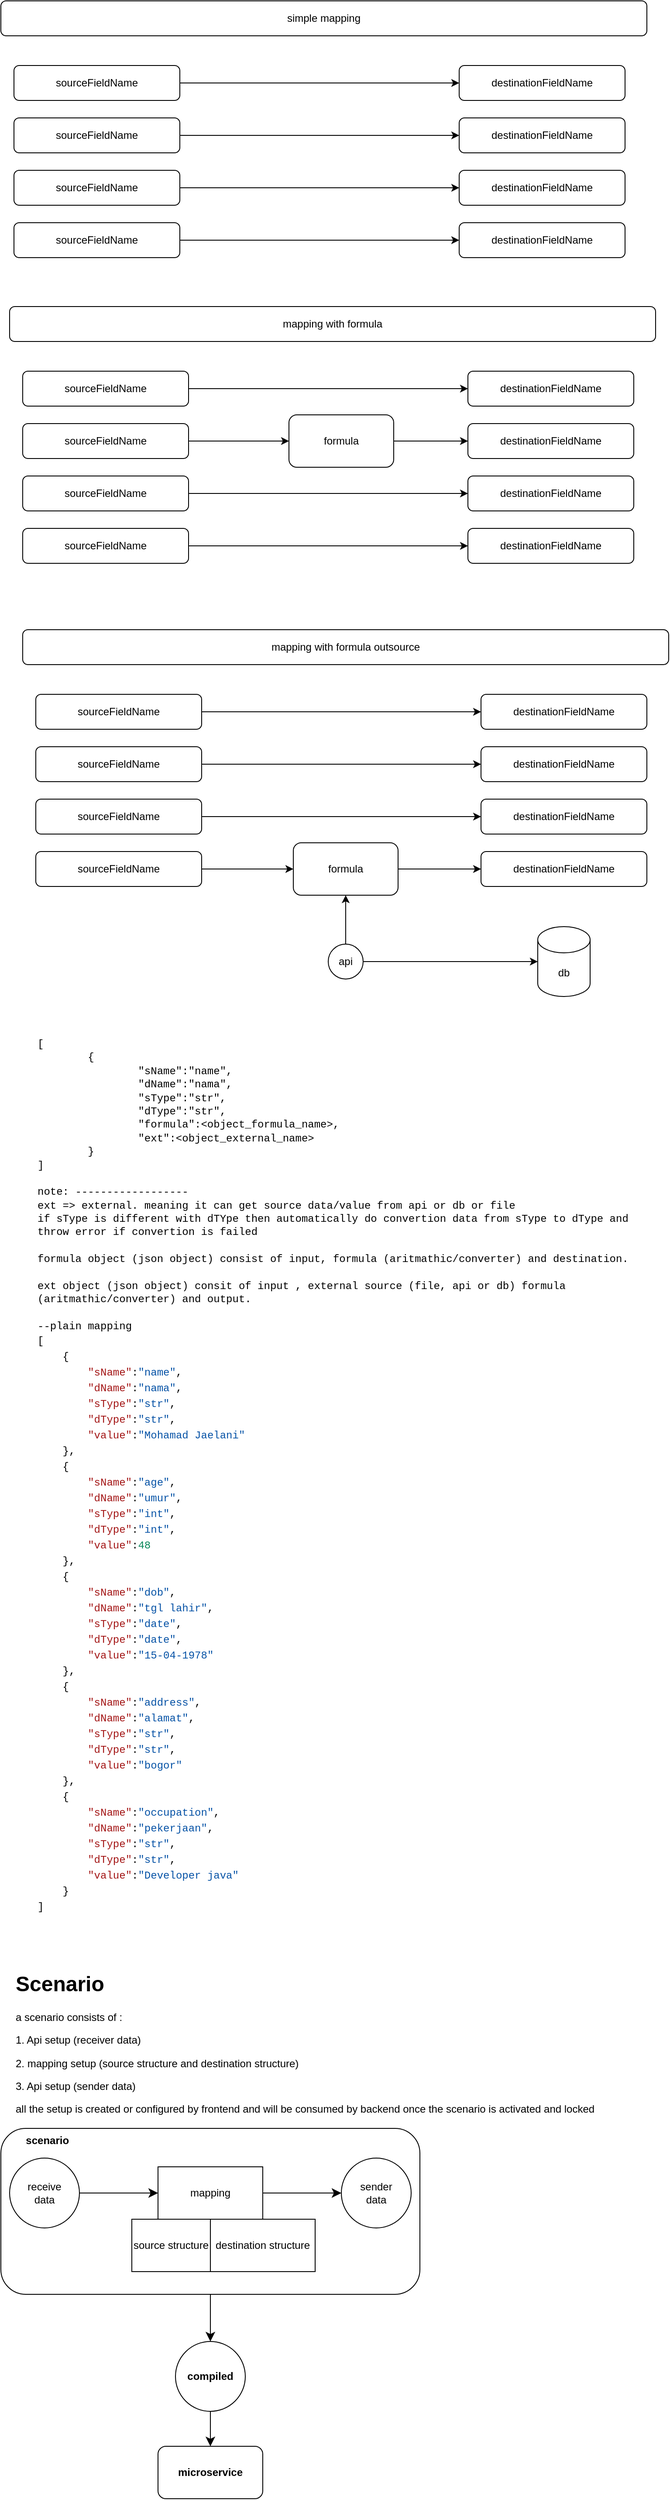
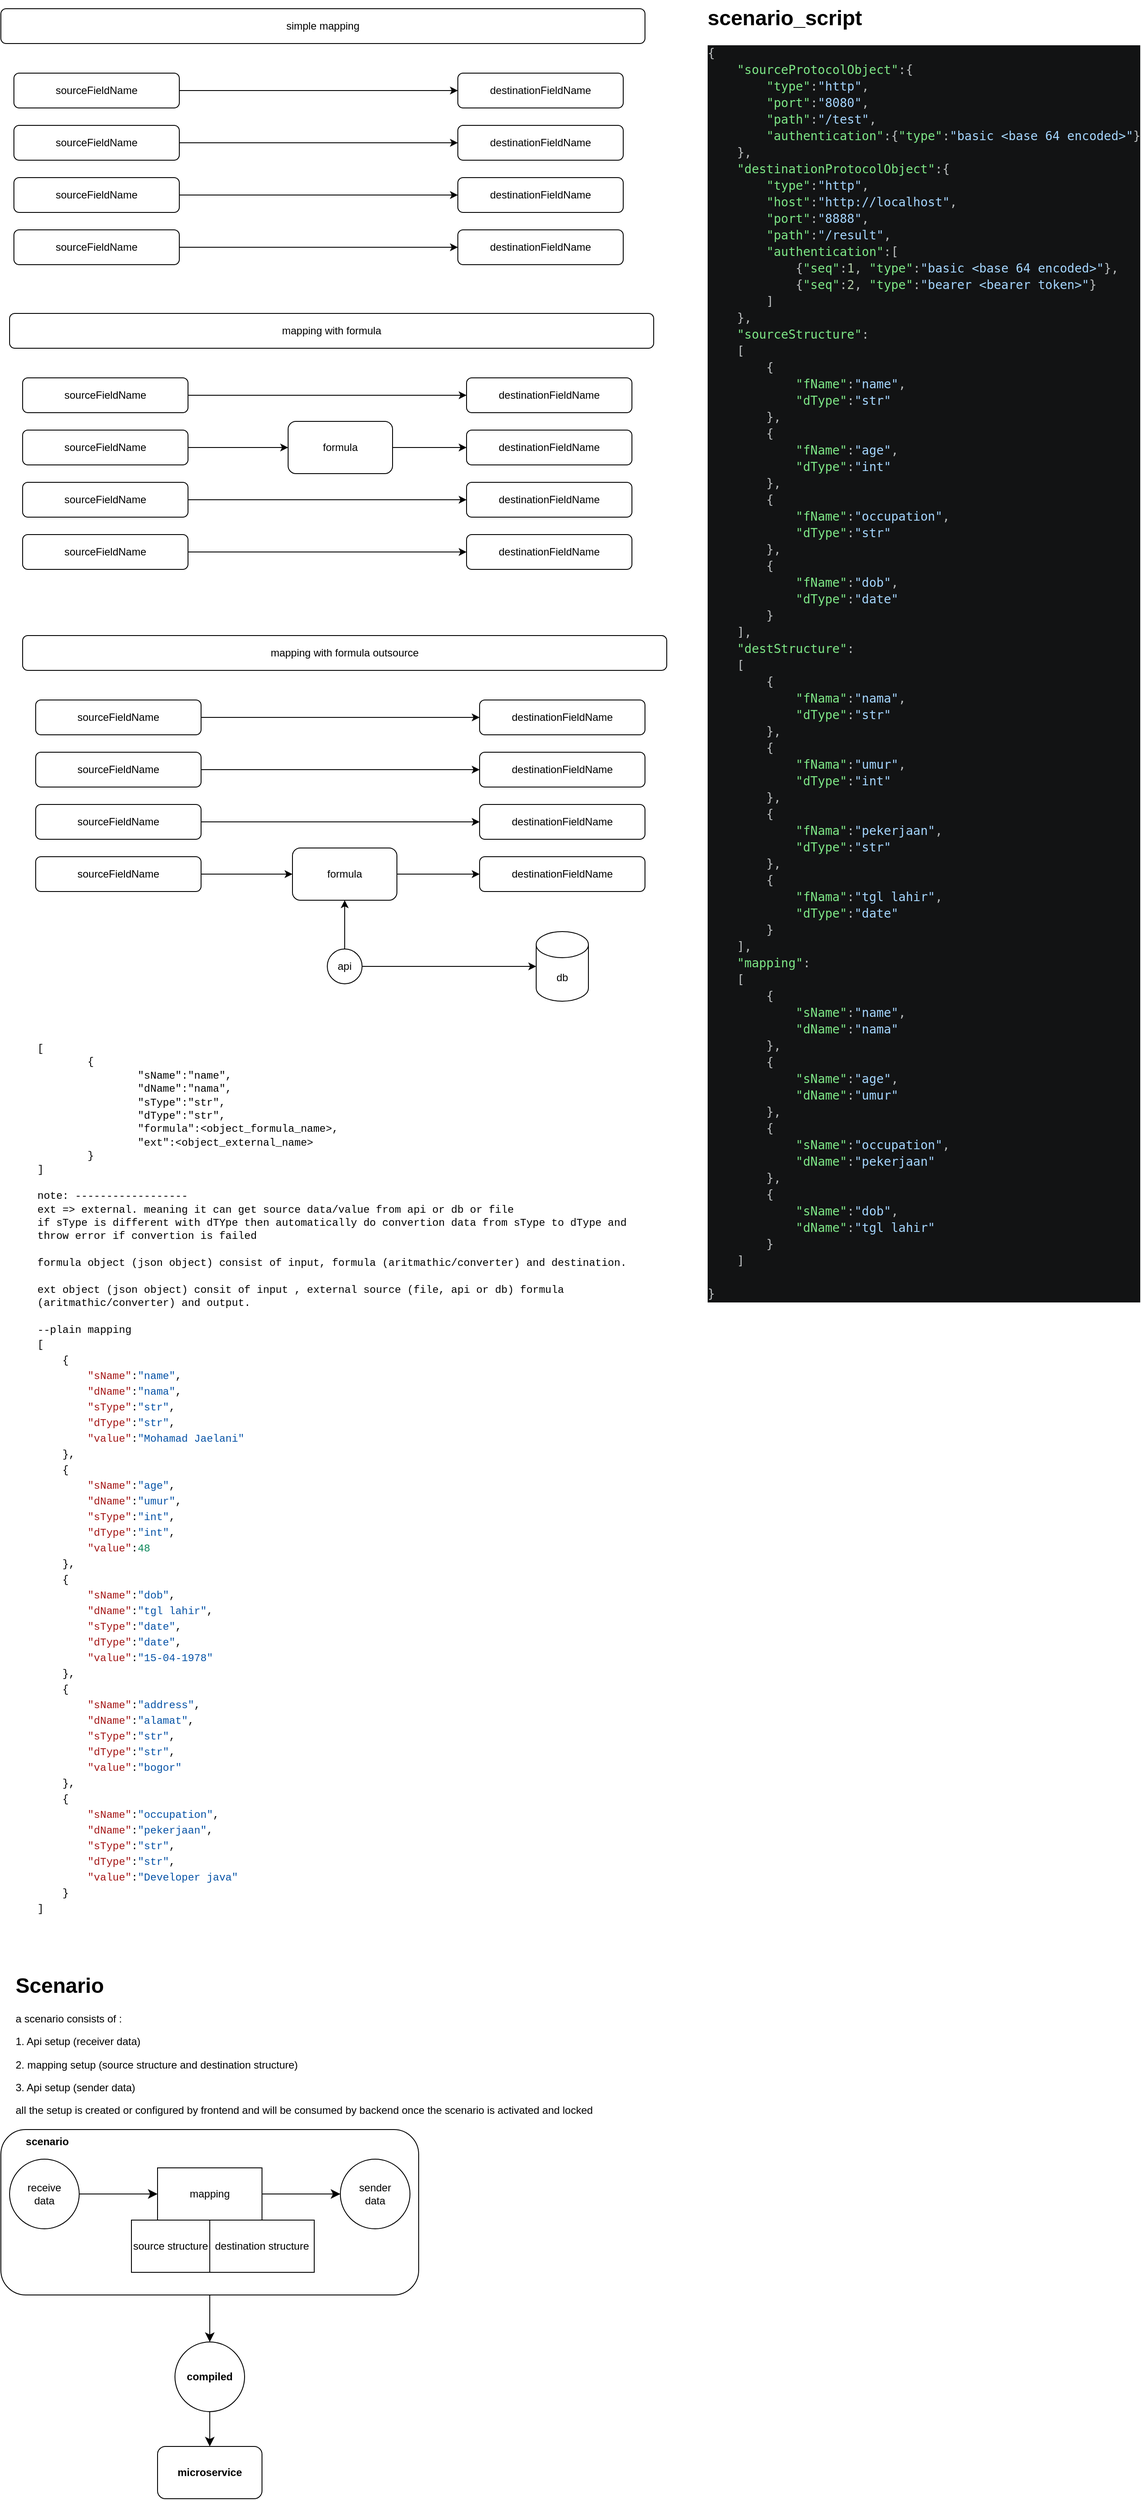
<mxfile host="app.diagrams.net">
  <diagram name="Page-1" id="w0qSyX79uqXvIxm3ApQV">
-     <mxGraphModel dx="524" dy="468" grid="1" gridSize="10" guides="1" tooltips="1" connect="1" arrows="1" fold="1" page="1" pageScale="1" pageWidth="850" pageHeight="1100" math="0" shadow="0">
+     <mxGraphModel dx="1086" dy="970" grid="1" gridSize="10" guides="1" tooltips="1" connect="1" arrows="1" fold="1" page="1" pageScale="1" pageWidth="850" pageHeight="1100" math="0" shadow="0">
      <root>
        <mxCell id="0" />
        <mxCell id="1" parent="0" />
        <mxCell id="C5vNhbu8yeIDAcz09rIj-13" parent="1" style="rounded=1;whiteSpace=wrap;html=1;" value="simple mapping" vertex="1">
          <mxGeometry height="40" width="740" x="60" y="30" as="geometry" />
        </mxCell>
        <mxCell id="C5vNhbu8yeIDAcz09rIj-9" edge="1" parent="1" source="C5vNhbu8yeIDAcz09rIj-1" style="edgeStyle=orthogonalEdgeStyle;rounded=0;orthogonalLoop=1;jettySize=auto;html=1;entryX=0;entryY=0.5;entryDx=0;entryDy=0;" target="C5vNhbu8yeIDAcz09rIj-5">
          <mxGeometry relative="1" as="geometry" />
        </mxCell>
        <mxCell id="C5vNhbu8yeIDAcz09rIj-1" parent="1" style="rounded=1;whiteSpace=wrap;html=1;" value="sourceFieldName" vertex="1">
          <mxGeometry height="40" width="190" x="75" y="104" as="geometry" />
        </mxCell>
        <mxCell id="C5vNhbu8yeIDAcz09rIj-10" edge="1" parent="1" source="C5vNhbu8yeIDAcz09rIj-2" style="edgeStyle=orthogonalEdgeStyle;rounded=0;orthogonalLoop=1;jettySize=auto;html=1;entryX=0;entryY=0.5;entryDx=0;entryDy=0;" target="C5vNhbu8yeIDAcz09rIj-6">
          <mxGeometry relative="1" as="geometry" />
        </mxCell>
        <mxCell id="C5vNhbu8yeIDAcz09rIj-2" parent="1" style="rounded=1;whiteSpace=wrap;html=1;" value="sourceFieldName" vertex="1">
          <mxGeometry height="40" width="190" x="75" y="164" as="geometry" />
        </mxCell>
        <mxCell id="C5vNhbu8yeIDAcz09rIj-11" edge="1" parent="1" source="C5vNhbu8yeIDAcz09rIj-3" style="edgeStyle=orthogonalEdgeStyle;rounded=0;orthogonalLoop=1;jettySize=auto;html=1;entryX=0;entryY=0.5;entryDx=0;entryDy=0;" target="C5vNhbu8yeIDAcz09rIj-7">
          <mxGeometry relative="1" as="geometry" />
        </mxCell>
        <mxCell id="C5vNhbu8yeIDAcz09rIj-3" parent="1" style="rounded=1;whiteSpace=wrap;html=1;" value="sourceFieldName" vertex="1">
          <mxGeometry height="40" width="190" x="75" y="224" as="geometry" />
        </mxCell>
        <mxCell id="C5vNhbu8yeIDAcz09rIj-12" edge="1" parent="1" source="C5vNhbu8yeIDAcz09rIj-4" style="edgeStyle=orthogonalEdgeStyle;rounded=0;orthogonalLoop=1;jettySize=auto;html=1;entryX=0;entryY=0.5;entryDx=0;entryDy=0;" target="C5vNhbu8yeIDAcz09rIj-8">
          <mxGeometry relative="1" as="geometry" />
        </mxCell>
        <mxCell id="C5vNhbu8yeIDAcz09rIj-4" parent="1" style="rounded=1;whiteSpace=wrap;html=1;" value="sourceFieldName" vertex="1">
          <mxGeometry height="40" width="190" x="75" y="284" as="geometry" />
        </mxCell>
        <mxCell id="C5vNhbu8yeIDAcz09rIj-5" parent="1" style="rounded=1;whiteSpace=wrap;html=1;" value="destinationFieldName" vertex="1">
          <mxGeometry height="40" width="190" x="585" y="104" as="geometry" />
        </mxCell>
        <mxCell id="C5vNhbu8yeIDAcz09rIj-6" parent="1" style="rounded=1;whiteSpace=wrap;html=1;" value="destinationFieldName" vertex="1">
          <mxGeometry height="40" width="190" x="585" y="164" as="geometry" />
        </mxCell>
        <mxCell id="C5vNhbu8yeIDAcz09rIj-7" parent="1" style="rounded=1;whiteSpace=wrap;html=1;" value="destinationFieldName" vertex="1">
          <mxGeometry height="40" width="190" x="585" y="224" as="geometry" />
        </mxCell>
        <mxCell id="C5vNhbu8yeIDAcz09rIj-8" parent="1" style="rounded=1;whiteSpace=wrap;html=1;" value="destinationFieldName" vertex="1">
          <mxGeometry height="40" width="190" x="585" y="284" as="geometry" />
        </mxCell>
        <mxCell id="C5vNhbu8yeIDAcz09rIj-14" parent="1" style="rounded=1;whiteSpace=wrap;html=1;" value="mapping with formula" vertex="1">
          <mxGeometry height="40" width="740" x="70" y="380" as="geometry" />
        </mxCell>
        <mxCell id="C5vNhbu8yeIDAcz09rIj-15" edge="1" parent="1" source="C5vNhbu8yeIDAcz09rIj-16" style="edgeStyle=orthogonalEdgeStyle;rounded=0;orthogonalLoop=1;jettySize=auto;html=1;entryX=0;entryY=0.5;entryDx=0;entryDy=0;" target="C5vNhbu8yeIDAcz09rIj-23">
          <mxGeometry relative="1" as="geometry" />
        </mxCell>
        <mxCell id="C5vNhbu8yeIDAcz09rIj-16" parent="1" style="rounded=1;whiteSpace=wrap;html=1;" value="sourceFieldName" vertex="1">
          <mxGeometry height="40" width="190" x="85" y="454" as="geometry" />
        </mxCell>
        <mxCell id="C5vNhbu8yeIDAcz09rIj-28" edge="1" parent="1" source="C5vNhbu8yeIDAcz09rIj-18" style="edgeStyle=orthogonalEdgeStyle;rounded=0;orthogonalLoop=1;jettySize=auto;html=1;entryX=0;entryY=0.5;entryDx=0;entryDy=0;" target="C5vNhbu8yeIDAcz09rIj-27">
          <mxGeometry relative="1" as="geometry" />
        </mxCell>
        <mxCell id="C5vNhbu8yeIDAcz09rIj-18" parent="1" style="rounded=1;whiteSpace=wrap;html=1;" value="sourceFieldName" vertex="1">
          <mxGeometry height="40" width="190" x="85" y="514" as="geometry" />
        </mxCell>
        <mxCell id="C5vNhbu8yeIDAcz09rIj-19" edge="1" parent="1" source="C5vNhbu8yeIDAcz09rIj-20" style="edgeStyle=orthogonalEdgeStyle;rounded=0;orthogonalLoop=1;jettySize=auto;html=1;entryX=0;entryY=0.5;entryDx=0;entryDy=0;" target="C5vNhbu8yeIDAcz09rIj-25">
          <mxGeometry relative="1" as="geometry" />
        </mxCell>
        <mxCell id="C5vNhbu8yeIDAcz09rIj-20" parent="1" style="rounded=1;whiteSpace=wrap;html=1;" value="sourceFieldName" vertex="1">
          <mxGeometry height="40" width="190" x="85" y="574" as="geometry" />
        </mxCell>
        <mxCell id="C5vNhbu8yeIDAcz09rIj-21" edge="1" parent="1" source="C5vNhbu8yeIDAcz09rIj-22" style="edgeStyle=orthogonalEdgeStyle;rounded=0;orthogonalLoop=1;jettySize=auto;html=1;entryX=0;entryY=0.5;entryDx=0;entryDy=0;" target="C5vNhbu8yeIDAcz09rIj-26">
          <mxGeometry relative="1" as="geometry" />
        </mxCell>
        <mxCell id="C5vNhbu8yeIDAcz09rIj-22" parent="1" style="rounded=1;whiteSpace=wrap;html=1;" value="sourceFieldName" vertex="1">
          <mxGeometry height="40" width="190" x="85" y="634" as="geometry" />
        </mxCell>
        <mxCell id="C5vNhbu8yeIDAcz09rIj-23" parent="1" style="rounded=1;whiteSpace=wrap;html=1;" value="destinationFieldName" vertex="1">
          <mxGeometry height="40" width="190" x="595" y="454" as="geometry" />
        </mxCell>
        <mxCell id="C5vNhbu8yeIDAcz09rIj-24" parent="1" style="rounded=1;whiteSpace=wrap;html=1;" value="destinationFieldName" vertex="1">
          <mxGeometry height="40" width="190" x="595" y="514" as="geometry" />
        </mxCell>
        <mxCell id="C5vNhbu8yeIDAcz09rIj-25" parent="1" style="rounded=1;whiteSpace=wrap;html=1;" value="destinationFieldName" vertex="1">
          <mxGeometry height="40" width="190" x="595" y="574" as="geometry" />
        </mxCell>
        <mxCell id="C5vNhbu8yeIDAcz09rIj-26" parent="1" style="rounded=1;whiteSpace=wrap;html=1;" value="destinationFieldName" vertex="1">
          <mxGeometry height="40" width="190" x="595" y="634" as="geometry" />
        </mxCell>
        <mxCell id="C5vNhbu8yeIDAcz09rIj-29" edge="1" parent="1" source="C5vNhbu8yeIDAcz09rIj-27" style="edgeStyle=orthogonalEdgeStyle;rounded=0;orthogonalLoop=1;jettySize=auto;html=1;entryX=0;entryY=0.5;entryDx=0;entryDy=0;" target="C5vNhbu8yeIDAcz09rIj-24">
          <mxGeometry relative="1" as="geometry">
            <mxPoint x="590" y="534" as="targetPoint" />
          </mxGeometry>
        </mxCell>
        <mxCell id="C5vNhbu8yeIDAcz09rIj-27" parent="1" style="rounded=1;whiteSpace=wrap;html=1;" value="formula" vertex="1">
          <mxGeometry height="60" width="120" x="390" y="504" as="geometry" />
        </mxCell>
        <mxCell id="C5vNhbu8yeIDAcz09rIj-30" parent="1" style="rounded=1;whiteSpace=wrap;html=1;" value="mapping with formula outsource" vertex="1">
          <mxGeometry height="40" width="740" x="85" y="750" as="geometry" />
        </mxCell>
        <mxCell id="C5vNhbu8yeIDAcz09rIj-31" edge="1" parent="1" source="C5vNhbu8yeIDAcz09rIj-32" style="edgeStyle=orthogonalEdgeStyle;rounded=0;orthogonalLoop=1;jettySize=auto;html=1;entryX=0;entryY=0.5;entryDx=0;entryDy=0;" target="C5vNhbu8yeIDAcz09rIj-39">
          <mxGeometry relative="1" as="geometry" />
        </mxCell>
        <mxCell id="C5vNhbu8yeIDAcz09rIj-32" parent="1" style="rounded=1;whiteSpace=wrap;html=1;" value="sourceFieldName" vertex="1">
          <mxGeometry height="40" width="190" x="100" y="824" as="geometry" />
        </mxCell>
        <mxCell id="C5vNhbu8yeIDAcz09rIj-33" edge="1" parent="1" source="C5vNhbu8yeIDAcz09rIj-34" style="edgeStyle=orthogonalEdgeStyle;rounded=0;orthogonalLoop=1;jettySize=auto;html=1;entryX=0;entryY=0.5;entryDx=0;entryDy=0;" target="C5vNhbu8yeIDAcz09rIj-40">
          <mxGeometry relative="1" as="geometry">
            <mxPoint x="405" y="904" as="targetPoint" />
          </mxGeometry>
        </mxCell>
        <mxCell id="C5vNhbu8yeIDAcz09rIj-34" parent="1" style="rounded=1;whiteSpace=wrap;html=1;" value="sourceFieldName" vertex="1">
          <mxGeometry height="40" width="190" x="100" y="884" as="geometry" />
        </mxCell>
        <mxCell id="C5vNhbu8yeIDAcz09rIj-35" edge="1" parent="1" source="C5vNhbu8yeIDAcz09rIj-36" style="edgeStyle=orthogonalEdgeStyle;rounded=0;orthogonalLoop=1;jettySize=auto;html=1;entryX=0;entryY=0.5;entryDx=0;entryDy=0;" target="C5vNhbu8yeIDAcz09rIj-41">
          <mxGeometry relative="1" as="geometry" />
        </mxCell>
        <mxCell id="C5vNhbu8yeIDAcz09rIj-36" parent="1" style="rounded=1;whiteSpace=wrap;html=1;" value="sourceFieldName" vertex="1">
          <mxGeometry height="40" width="190" x="100" y="944" as="geometry" />
        </mxCell>
        <mxCell id="C5vNhbu8yeIDAcz09rIj-47" edge="1" parent="1" source="C5vNhbu8yeIDAcz09rIj-38" style="edgeStyle=orthogonalEdgeStyle;rounded=0;orthogonalLoop=1;jettySize=auto;html=1;entryX=0;entryY=0.5;entryDx=0;entryDy=0;" target="C5vNhbu8yeIDAcz09rIj-46">
          <mxGeometry relative="1" as="geometry" />
        </mxCell>
        <mxCell id="C5vNhbu8yeIDAcz09rIj-38" parent="1" style="rounded=1;whiteSpace=wrap;html=1;" value="sourceFieldName" vertex="1">
          <mxGeometry height="40" width="190" x="100" y="1004" as="geometry" />
        </mxCell>
        <mxCell id="C5vNhbu8yeIDAcz09rIj-39" parent="1" style="rounded=1;whiteSpace=wrap;html=1;" value="destinationFieldName" vertex="1">
          <mxGeometry height="40" width="190" x="610" y="824" as="geometry" />
        </mxCell>
        <mxCell id="C5vNhbu8yeIDAcz09rIj-40" parent="1" style="rounded=1;whiteSpace=wrap;html=1;" value="destinationFieldName" vertex="1">
          <mxGeometry height="40" width="190" x="610" y="884" as="geometry" />
        </mxCell>
        <mxCell id="C5vNhbu8yeIDAcz09rIj-41" parent="1" style="rounded=1;whiteSpace=wrap;html=1;" value="destinationFieldName" vertex="1">
          <mxGeometry height="40" width="190" x="610" y="944" as="geometry" />
        </mxCell>
        <mxCell id="C5vNhbu8yeIDAcz09rIj-42" parent="1" style="rounded=1;whiteSpace=wrap;html=1;" value="destinationFieldName" vertex="1">
          <mxGeometry height="40" width="190" x="610" y="1004" as="geometry" />
        </mxCell>
        <mxCell id="C5vNhbu8yeIDAcz09rIj-45" parent="1" style="shape=cylinder3;whiteSpace=wrap;html=1;boundedLbl=1;backgroundOutline=1;size=15;" value="db" vertex="1">
          <mxGeometry height="80" width="60" x="675" y="1090" as="geometry" />
        </mxCell>
        <mxCell id="C5vNhbu8yeIDAcz09rIj-49" edge="1" parent="1" source="C5vNhbu8yeIDAcz09rIj-46" style="edgeStyle=orthogonalEdgeStyle;rounded=0;orthogonalLoop=1;jettySize=auto;html=1;entryX=0;entryY=0.5;entryDx=0;entryDy=0;" target="C5vNhbu8yeIDAcz09rIj-42">
          <mxGeometry relative="1" as="geometry" />
        </mxCell>
        <mxCell id="C5vNhbu8yeIDAcz09rIj-46" parent="1" style="rounded=1;whiteSpace=wrap;html=1;" value="formula" vertex="1">
          <mxGeometry height="60" width="120" x="395" y="994" as="geometry" />
        </mxCell>
        <mxCell id="C5vNhbu8yeIDAcz09rIj-51" edge="1" parent="1" source="C5vNhbu8yeIDAcz09rIj-50" style="edgeStyle=orthogonalEdgeStyle;rounded=0;orthogonalLoop=1;jettySize=auto;html=1;entryX=0.5;entryY=1;entryDx=0;entryDy=0;" target="C5vNhbu8yeIDAcz09rIj-46">
          <mxGeometry relative="1" as="geometry" />
        </mxCell>
        <mxCell id="C5vNhbu8yeIDAcz09rIj-50" parent="1" style="ellipse;whiteSpace=wrap;html=1;aspect=fixed;" value="api" vertex="1">
          <mxGeometry height="40" width="40" x="435" y="1110" as="geometry" />
        </mxCell>
        <mxCell id="C5vNhbu8yeIDAcz09rIj-52" edge="1" parent="1" source="C5vNhbu8yeIDAcz09rIj-50" style="edgeStyle=orthogonalEdgeStyle;rounded=0;orthogonalLoop=1;jettySize=auto;html=1;entryX=0;entryY=0.5;entryDx=0;entryDy=0;entryPerimeter=0;" target="C5vNhbu8yeIDAcz09rIj-45">
          <mxGeometry relative="1" as="geometry" />
        </mxCell>
        <mxCell id="C5vNhbu8yeIDAcz09rIj-54" parent="1" style="rounded=0;whiteSpace=wrap;html=1;align=left;verticalAlign=top;strokeColor=none;" value="&lt;font face=&quot;Courier New&quot;&gt;[&lt;/font&gt;&lt;div&gt;&lt;font face=&quot;Courier New&quot;&gt;&lt;span style=&quot;white-space: pre;&quot;&gt;&#x9;&lt;/span&gt;{&lt;br&gt;&lt;/font&gt;&lt;/div&gt;&lt;div&gt;&lt;font face=&quot;Courier New&quot;&gt;&lt;span style=&quot;white-space: pre;&quot;&gt;&#x9;&lt;/span&gt;&lt;span style=&quot;white-space: pre;&quot;&gt;&#x9;&lt;/span&gt;&quot;sName&quot;:&quot;name&quot;,&lt;br&gt;&lt;/font&gt;&lt;/div&gt;&lt;div&gt;&lt;font face=&quot;Courier New&quot;&gt;&lt;span style=&quot;white-space: pre;&quot;&gt;&#x9;&lt;/span&gt;&lt;span style=&quot;white-space: pre;&quot;&gt;&#x9;&lt;/span&gt;&quot;dName&quot;:&quot;nama&quot;,&lt;br&gt;&lt;/font&gt;&lt;/div&gt;&lt;div&gt;&lt;font face=&quot;Courier New&quot;&gt;&lt;span style=&quot;white-space: pre;&quot;&gt;&#x9;&lt;/span&gt;&lt;span style=&quot;white-space: pre;&quot;&gt;&#x9;&lt;/span&gt;&quot;sType&quot;:&quot;str&quot;,&lt;br&gt;&lt;/font&gt;&lt;/div&gt;&lt;div&gt;&lt;font face=&quot;Courier New&quot;&gt;&lt;span style=&quot;white-space: pre;&quot;&gt;&#x9;&lt;/span&gt;&lt;span style=&quot;white-space: pre;&quot;&gt;&#x9;&lt;/span&gt;&quot;dType&quot;:&quot;str&quot;,&lt;br&gt;&lt;/font&gt;&lt;/div&gt;&lt;div&gt;&lt;font face=&quot;Courier New&quot;&gt;&lt;span style=&quot;white-space: pre;&quot;&gt;&#x9;&lt;/span&gt;&lt;span style=&quot;white-space: pre;&quot;&gt;&#x9;&lt;/span&gt;&quot;formula&quot;:&amp;lt;object_formula_name&amp;gt;,&lt;br&gt;&lt;/font&gt;&lt;/div&gt;&lt;div&gt;&lt;font face=&quot;Courier New&quot;&gt;&lt;span style=&quot;white-space: pre;&quot;&gt;&#x9;&lt;/span&gt;&lt;span style=&quot;white-space: pre;&quot;&gt;&#x9;&lt;/span&gt;&quot;ext&quot;:&amp;lt;object_external_name&amp;gt;&lt;br&gt;&lt;/font&gt;&lt;/div&gt;&lt;div&gt;&lt;font face=&quot;Courier New&quot;&gt;&lt;span style=&quot;white-space: pre;&quot;&gt;&#x9;&lt;/span&gt;}&lt;br&gt;&lt;/font&gt;&lt;/div&gt;&lt;div&gt;&lt;font face=&quot;Courier New&quot;&gt;]&lt;/font&gt;&lt;/div&gt;&lt;div&gt;&lt;font face=&quot;Courier New&quot;&gt;&lt;br&gt;&lt;/font&gt;&lt;/div&gt;&lt;div&gt;&lt;font face=&quot;Courier New&quot;&gt;note: ------------------&lt;/font&gt;&lt;/div&gt;&lt;div&gt;&lt;font face=&quot;Courier New&quot;&gt;ext =&amp;gt; external. meaning it can get source data/value from api or db or file&lt;/font&gt;&lt;/div&gt;&lt;div&gt;&lt;font face=&quot;Courier New&quot;&gt;if sType is different with dTYpe then automatically do convertion data from sType to dType and throw error if convertion is failed&lt;/font&gt;&lt;/div&gt;&lt;div&gt;&lt;font face=&quot;Courier New&quot;&gt;&lt;br&gt;&lt;/font&gt;&lt;/div&gt;&lt;div&gt;&lt;font face=&quot;Courier New&quot;&gt;formula object (json object) consist of input, formula (aritmathic/converter) and destination.&lt;/font&gt;&lt;/div&gt;&lt;div&gt;&lt;font face=&quot;Courier New&quot;&gt;&lt;br&gt;&lt;/font&gt;&lt;/div&gt;&lt;div&gt;&lt;font face=&quot;Courier New&quot;&gt;ext object&amp;nbsp;&lt;/font&gt;&lt;span style=&quot;font-family: &amp;quot;Courier New&amp;quot;; background-color: transparent; color: light-dark(rgb(0, 0, 0), rgb(255, 255, 255));&quot;&gt;(json object)&lt;/span&gt;&lt;span style=&quot;font-family: &amp;quot;Courier New&amp;quot;; background-color: transparent; color: light-dark(rgb(0, 0, 0), rgb(255, 255, 255));&quot;&gt;&amp;nbsp;consit of input , external source (file, api or db) formula (aritmathic/converter) and output.&lt;/span&gt;&lt;/div&gt;&lt;div&gt;&lt;span style=&quot;font-family: &amp;quot;Courier New&amp;quot;; background-color: transparent; color: light-dark(rgb(0, 0, 0), rgb(255, 255, 255));&quot;&gt;&lt;br&gt;&lt;/span&gt;&lt;/div&gt;&lt;div&gt;&lt;span style=&quot;font-family: &amp;quot;Courier New&amp;quot;; background-color: transparent; color: light-dark(rgb(0, 0, 0), rgb(255, 255, 255));&quot;&gt;--plain mapping&lt;/span&gt;&lt;/div&gt;&lt;div&gt;&lt;div style=&quot;background-color: rgb(255, 255, 255); font-family: IBMPlexMono, &amp;quot;Courier New&amp;quot;, monospace, Consolas, &amp;quot;Courier New&amp;quot;, monospace; line-height: 18px; white-space: pre;&quot;&gt;&lt;div&gt;[&lt;/div&gt;&lt;div&gt;&amp;nbsp; &amp;nbsp; {&lt;/div&gt;&lt;div&gt;&amp;nbsp; &amp;nbsp; &amp;nbsp; &amp;nbsp; &lt;span style=&quot;color: #a31515;&quot;&gt;&quot;sName&quot;&lt;/span&gt;:&lt;span style=&quot;color: #0451a5;&quot;&gt;&quot;name&quot;&lt;/span&gt;,&lt;/div&gt;&lt;div&gt;&amp;nbsp; &amp;nbsp; &amp;nbsp; &amp;nbsp; &lt;span style=&quot;color: #a31515;&quot;&gt;&quot;dName&quot;&lt;/span&gt;:&lt;span style=&quot;color: #0451a5;&quot;&gt;&quot;nama&quot;&lt;/span&gt;,&lt;/div&gt;&lt;div&gt;&amp;nbsp; &amp;nbsp; &amp;nbsp; &amp;nbsp; &lt;span style=&quot;color: #a31515;&quot;&gt;&quot;sType&quot;&lt;/span&gt;:&lt;span style=&quot;color: #0451a5;&quot;&gt;&quot;str&quot;&lt;/span&gt;,&lt;/div&gt;&lt;div&gt;&amp;nbsp; &amp;nbsp; &amp;nbsp; &amp;nbsp; &lt;span style=&quot;color: #a31515;&quot;&gt;&quot;dType&quot;&lt;/span&gt;:&lt;span style=&quot;color: #0451a5;&quot;&gt;&quot;str&quot;&lt;/span&gt;,&lt;/div&gt;&lt;div&gt;&amp;nbsp; &amp;nbsp; &amp;nbsp; &amp;nbsp; &lt;span style=&quot;color: #a31515;&quot;&gt;&quot;value&quot;&lt;/span&gt;:&lt;span style=&quot;color: #0451a5;&quot;&gt;&quot;Mohamad Jaelani&quot;&lt;/span&gt;&lt;/div&gt;&lt;div&gt;&amp;nbsp; &amp;nbsp; },&lt;/div&gt;&lt;div&gt;&amp;nbsp; &amp;nbsp; {&lt;/div&gt;&lt;div&gt;&amp;nbsp; &amp;nbsp; &amp;nbsp; &amp;nbsp; &lt;span style=&quot;color: #a31515;&quot;&gt;&quot;sName&quot;&lt;/span&gt;:&lt;span style=&quot;color: #0451a5;&quot;&gt;&quot;age&quot;&lt;/span&gt;,&lt;/div&gt;&lt;div&gt;&amp;nbsp; &amp;nbsp; &amp;nbsp; &amp;nbsp; &lt;span style=&quot;color: #a31515;&quot;&gt;&quot;dName&quot;&lt;/span&gt;:&lt;span style=&quot;color: #0451a5;&quot;&gt;&quot;umur&quot;&lt;/span&gt;,&lt;/div&gt;&lt;div&gt;&amp;nbsp; &amp;nbsp; &amp;nbsp; &amp;nbsp; &lt;span style=&quot;color: #a31515;&quot;&gt;&quot;sType&quot;&lt;/span&gt;:&lt;span style=&quot;color: #0451a5;&quot;&gt;&quot;int&quot;&lt;/span&gt;,&lt;/div&gt;&lt;div&gt;&amp;nbsp; &amp;nbsp; &amp;nbsp; &amp;nbsp; &lt;span style=&quot;color: #a31515;&quot;&gt;&quot;dType&quot;&lt;/span&gt;:&lt;span style=&quot;color: #0451a5;&quot;&gt;&quot;int&quot;&lt;/span&gt;,&lt;/div&gt;&lt;div&gt;&amp;nbsp; &amp;nbsp; &amp;nbsp; &amp;nbsp; &lt;span style=&quot;color: #a31515;&quot;&gt;&quot;value&quot;&lt;/span&gt;:&lt;span style=&quot;color: #098658;&quot;&gt;48&lt;/span&gt;&lt;/div&gt;&lt;div&gt;&amp;nbsp; &amp;nbsp; },&lt;/div&gt;&lt;div&gt;&amp;nbsp; &amp;nbsp; {&lt;/div&gt;&lt;div&gt;&amp;nbsp; &amp;nbsp; &amp;nbsp; &amp;nbsp; &lt;span style=&quot;color: #a31515;&quot;&gt;&quot;sName&quot;&lt;/span&gt;:&lt;span style=&quot;color: #0451a5;&quot;&gt;&quot;dob&quot;&lt;/span&gt;,&lt;/div&gt;&lt;div&gt;&amp;nbsp; &amp;nbsp; &amp;nbsp; &amp;nbsp; &lt;span style=&quot;color: #a31515;&quot;&gt;&quot;dName&quot;&lt;/span&gt;:&lt;span style=&quot;color: #0451a5;&quot;&gt;&quot;tgl lahir&quot;&lt;/span&gt;,&lt;/div&gt;&lt;div&gt;&amp;nbsp; &amp;nbsp; &amp;nbsp; &amp;nbsp; &lt;span style=&quot;color: #a31515;&quot;&gt;&quot;sType&quot;&lt;/span&gt;:&lt;span style=&quot;color: #0451a5;&quot;&gt;&quot;date&quot;&lt;/span&gt;,&lt;/div&gt;&lt;div&gt;&amp;nbsp; &amp;nbsp; &amp;nbsp; &amp;nbsp; &lt;span style=&quot;color: #a31515;&quot;&gt;&quot;dType&quot;&lt;/span&gt;:&lt;span style=&quot;color: #0451a5;&quot;&gt;&quot;date&quot;&lt;/span&gt;,&lt;/div&gt;&lt;div&gt;&amp;nbsp; &amp;nbsp; &amp;nbsp; &amp;nbsp; &lt;span style=&quot;color: #a31515;&quot;&gt;&quot;value&quot;&lt;/span&gt;:&lt;span style=&quot;color: #0451a5;&quot;&gt;&quot;15-04-1978&quot;&lt;/span&gt;&lt;/div&gt;&lt;div&gt;&amp;nbsp; &amp;nbsp; },&lt;/div&gt;&lt;div&gt;&amp;nbsp; &amp;nbsp; {&lt;/div&gt;&lt;div&gt;&amp;nbsp; &amp;nbsp; &amp;nbsp; &amp;nbsp; &lt;span style=&quot;color: #a31515;&quot;&gt;&quot;sName&quot;&lt;/span&gt;:&lt;span style=&quot;color: #0451a5;&quot;&gt;&quot;address&quot;&lt;/span&gt;,&lt;/div&gt;&lt;div&gt;&amp;nbsp; &amp;nbsp; &amp;nbsp; &amp;nbsp; &lt;span style=&quot;color: #a31515;&quot;&gt;&quot;dName&quot;&lt;/span&gt;:&lt;span style=&quot;color: #0451a5;&quot;&gt;&quot;alamat&quot;&lt;/span&gt;,&lt;/div&gt;&lt;div&gt;&amp;nbsp; &amp;nbsp; &amp;nbsp; &amp;nbsp; &lt;span style=&quot;color: #a31515;&quot;&gt;&quot;sType&quot;&lt;/span&gt;:&lt;span style=&quot;color: #0451a5;&quot;&gt;&quot;str&quot;&lt;/span&gt;,&lt;/div&gt;&lt;div&gt;&amp;nbsp; &amp;nbsp; &amp;nbsp; &amp;nbsp; &lt;span style=&quot;color: #a31515;&quot;&gt;&quot;dType&quot;&lt;/span&gt;:&lt;span style=&quot;color: #0451a5;&quot;&gt;&quot;str&quot;&lt;/span&gt;,&lt;/div&gt;&lt;div&gt;&amp;nbsp; &amp;nbsp; &amp;nbsp; &amp;nbsp; &lt;span style=&quot;color: #a31515;&quot;&gt;&quot;value&quot;&lt;/span&gt;:&lt;span style=&quot;color: #0451a5;&quot;&gt;&quot;bogor&quot;&lt;/span&gt;&lt;/div&gt;&lt;div&gt;&amp;nbsp; &amp;nbsp; },&lt;/div&gt;&lt;div&gt;&amp;nbsp; &amp;nbsp; {&lt;/div&gt;&lt;div&gt;&amp;nbsp; &amp;nbsp; &amp;nbsp; &amp;nbsp; &lt;span style=&quot;color: #a31515;&quot;&gt;&quot;sName&quot;&lt;/span&gt;:&lt;span style=&quot;color: #0451a5;&quot;&gt;&quot;occupation&quot;&lt;/span&gt;,&lt;/div&gt;&lt;div&gt;&amp;nbsp; &amp;nbsp; &amp;nbsp; &amp;nbsp; &lt;span style=&quot;color: #a31515;&quot;&gt;&quot;dName&quot;&lt;/span&gt;:&lt;span style=&quot;color: #0451a5;&quot;&gt;&quot;pekerjaan&quot;&lt;/span&gt;,&lt;/div&gt;&lt;div&gt;&amp;nbsp; &amp;nbsp; &amp;nbsp; &amp;nbsp; &lt;span style=&quot;color: #a31515;&quot;&gt;&quot;sType&quot;&lt;/span&gt;:&lt;span style=&quot;color: #0451a5;&quot;&gt;&quot;str&quot;&lt;/span&gt;,&lt;/div&gt;&lt;div&gt;&amp;nbsp; &amp;nbsp; &amp;nbsp; &amp;nbsp; &lt;span style=&quot;color: #a31515;&quot;&gt;&quot;dType&quot;&lt;/span&gt;:&lt;span style=&quot;color: #0451a5;&quot;&gt;&quot;str&quot;&lt;/span&gt;,&lt;/div&gt;&lt;div&gt;&amp;nbsp; &amp;nbsp; &amp;nbsp; &amp;nbsp; &lt;span style=&quot;color: #a31515;&quot;&gt;&quot;value&quot;&lt;/span&gt;:&lt;span style=&quot;color: #0451a5;&quot;&gt;&quot;Developer java&quot;&lt;/span&gt;&lt;/div&gt;&lt;div&gt;&amp;nbsp; &amp;nbsp; }&lt;/div&gt;&lt;div&gt;]&lt;/div&gt;&lt;/div&gt;&lt;/div&gt;&lt;div&gt;&lt;font face=&quot;Courier New&quot;&gt;&lt;br&gt;&lt;/font&gt;&lt;/div&gt;" vertex="1">
          <mxGeometry height="820" width="700" x="100" y="1210" as="geometry" />
        </mxCell>
        <mxCell id="U511CUliFXkv6nbYjQ3k-1" parent="1" style="text;html=1;whiteSpace=wrap;overflow=hidden;rounded=0;" value="&lt;h1 style=&quot;margin-top: 0px;&quot;&gt;Scenario&lt;/h1&gt;&lt;p&gt;a scenario consists of :&lt;/p&gt;&lt;p&gt;1. Api setup (receiver data)&lt;/p&gt;&lt;p&gt;2. mapping setup (source structure and destination structure)&lt;/p&gt;&lt;p&gt;3. Api setup (sender data)&lt;/p&gt;&lt;p&gt;all the setup is created or configured by frontend and will be consumed by backend once the scenario is activated and locked&lt;/p&gt;" vertex="1">
          <mxGeometry height="190" width="725" x="75" y="2280" as="geometry" />
        </mxCell>
        <mxCell id="U511CUliFXkv6nbYjQ3k-14" connectable="0" parent="1" style="group;movable=1;resizable=1;rotatable=1;deletable=1;editable=1;locked=0;connectable=1;" value="" vertex="1">
          <mxGeometry height="190" width="480" x="60" y="2466" as="geometry" />
        </mxCell>
        <mxCell id="U511CUliFXkv6nbYjQ3k-12" parent="U511CUliFXkv6nbYjQ3k-14" style="rounded=1;whiteSpace=wrap;html=1;align=left;verticalAlign=top;fontStyle=1" value="&lt;span style=&quot;white-space: pre;&quot;&gt;&#x9;&lt;/span&gt;scenario" vertex="1">
          <mxGeometry height="190" width="480" as="geometry" />
        </mxCell>
        <mxCell id="U511CUliFXkv6nbYjQ3k-6" edge="1" parent="U511CUliFXkv6nbYjQ3k-14" source="U511CUliFXkv6nbYjQ3k-3" style="edgeStyle=none;curved=1;rounded=0;orthogonalLoop=1;jettySize=auto;html=1;fontSize=12;startSize=8;endSize=8;" target="U511CUliFXkv6nbYjQ3k-5" value="">
          <mxGeometry relative="1" as="geometry" />
        </mxCell>
        <mxCell id="U511CUliFXkv6nbYjQ3k-3" parent="U511CUliFXkv6nbYjQ3k-14" style="ellipse;whiteSpace=wrap;html=1;aspect=fixed;" value="receive&lt;div&gt;data&lt;/div&gt;" vertex="1">
          <mxGeometry height="80" width="80" x="10" y="34" as="geometry" />
        </mxCell>
        <mxCell id="U511CUliFXkv6nbYjQ3k-8" edge="1" parent="U511CUliFXkv6nbYjQ3k-14" source="U511CUliFXkv6nbYjQ3k-5" style="edgeStyle=none;curved=1;rounded=0;orthogonalLoop=1;jettySize=auto;html=1;fontSize=12;startSize=8;endSize=8;" target="U511CUliFXkv6nbYjQ3k-7" value="">
          <mxGeometry relative="1" as="geometry" />
        </mxCell>
        <mxCell id="U511CUliFXkv6nbYjQ3k-5" parent="U511CUliFXkv6nbYjQ3k-14" style="whiteSpace=wrap;html=1;" value="mapping" vertex="1">
          <mxGeometry height="60" width="120" x="180" y="44" as="geometry" />
        </mxCell>
        <mxCell id="U511CUliFXkv6nbYjQ3k-7" parent="U511CUliFXkv6nbYjQ3k-14" style="ellipse;whiteSpace=wrap;html=1;" value="sender&lt;div&gt;data&lt;/div&gt;" vertex="1">
          <mxGeometry height="80" width="80" x="390" y="34" as="geometry" />
        </mxCell>
        <mxCell id="U511CUliFXkv6nbYjQ3k-9" parent="U511CUliFXkv6nbYjQ3k-14" style="whiteSpace=wrap;html=1;" value="source structure" vertex="1">
          <mxGeometry height="60" width="90" x="150" y="104" as="geometry" />
        </mxCell>
        <mxCell id="U511CUliFXkv6nbYjQ3k-11" parent="U511CUliFXkv6nbYjQ3k-14" style="whiteSpace=wrap;html=1;" value="destination structure" vertex="1">
          <mxGeometry height="60" width="120" x="240" y="104" as="geometry" />
        </mxCell>
        <mxCell id="U511CUliFXkv6nbYjQ3k-18" edge="1" parent="1" source="U511CUliFXkv6nbYjQ3k-15" style="edgeStyle=none;curved=1;rounded=0;orthogonalLoop=1;jettySize=auto;html=1;fontSize=12;startSize=8;endSize=8;" target="U511CUliFXkv6nbYjQ3k-17" value="">
          <mxGeometry relative="1" as="geometry" />
        </mxCell>
        <mxCell id="U511CUliFXkv6nbYjQ3k-15" parent="1" style="ellipse;whiteSpace=wrap;html=1;align=center;verticalAlign=middle;rounded=1;fontStyle=1;" value="compiled" vertex="1">
          <mxGeometry height="80" width="80" x="260" y="2710" as="geometry" />
        </mxCell>
        <mxCell id="U511CUliFXkv6nbYjQ3k-16" edge="1" parent="1" source="U511CUliFXkv6nbYjQ3k-12" style="edgeStyle=none;curved=1;rounded=0;orthogonalLoop=1;jettySize=auto;html=1;fontSize=12;startSize=8;endSize=8;" target="U511CUliFXkv6nbYjQ3k-15" value="">
          <mxGeometry relative="1" as="geometry" />
        </mxCell>
        <mxCell id="U511CUliFXkv6nbYjQ3k-17" parent="1" style="whiteSpace=wrap;html=1;rounded=1;fontStyle=1;" value="microservice" vertex="1">
          <mxGeometry height="60" width="120" x="240" y="2830" as="geometry" />
        </mxCell>
+         <mxCell id="U511CUliFXkv6nbYjQ3k-19" parent="1" style="text;html=1;whiteSpace=wrap;overflow=hidden;rounded=0;" value="&lt;h1 style=&quot;margin-top: 0px;&quot;&gt;scenario_script&lt;/h1&gt;&lt;div style=&quot;color: rgb(187, 190, 191); background-color: rgb(18, 19, 20); font-family: &amp;quot;Droid Sans Mono&amp;quot;, monospace; font-size: 14px; line-height: 19px; white-space: pre;&quot;&gt;&lt;div&gt;{&lt;/div&gt;&lt;div&gt;    &lt;span style=&quot;color: #7ee787;&quot;&gt;&quot;sourceProtocolObject&quot;&lt;/span&gt;:{&lt;/div&gt;&lt;div&gt;        &lt;span style=&quot;color: #7ee787;&quot;&gt;&quot;type&quot;&lt;/span&gt;:&lt;span style=&quot;color: #a5d6ff;&quot;&gt;&quot;http&quot;&lt;/span&gt;,&lt;/div&gt;&lt;div&gt;        &lt;span style=&quot;color: #7ee787;&quot;&gt;&quot;port&quot;&lt;/span&gt;:&lt;span style=&quot;color: #a5d6ff;&quot;&gt;&quot;8080&quot;&lt;/span&gt;,&lt;/div&gt;&lt;div&gt;        &lt;span style=&quot;color: #7ee787;&quot;&gt;&quot;path&quot;&lt;/span&gt;:&lt;span style=&quot;color: #a5d6ff;&quot;&gt;&quot;/test&quot;&lt;/span&gt;,&lt;/div&gt;&lt;div&gt;        &lt;span style=&quot;color: #7ee787;&quot;&gt;&quot;authentication&quot;&lt;/span&gt;:{&lt;span style=&quot;color: #7ee787;&quot;&gt;&quot;type&quot;&lt;/span&gt;:&lt;span style=&quot;color: #a5d6ff;&quot;&gt;&quot;basic &amp;lt;base 64 encoded&amp;gt;&quot;&lt;/span&gt;}&lt;/div&gt;&lt;div&gt;    },&lt;/div&gt;&lt;div&gt;    &lt;span style=&quot;color: #7ee787;&quot;&gt;&quot;destinationProtocolObject&quot;&lt;/span&gt;:{&lt;/div&gt;&lt;div&gt;        &lt;span style=&quot;color: #7ee787;&quot;&gt;&quot;type&quot;&lt;/span&gt;:&lt;span style=&quot;color: #a5d6ff;&quot;&gt;&quot;http&quot;&lt;/span&gt;,&lt;/div&gt;&lt;div&gt;        &lt;span style=&quot;color: #7ee787;&quot;&gt;&quot;host&quot;&lt;/span&gt;:&lt;span style=&quot;color: #a5d6ff;&quot;&gt;&quot;http://localhost&quot;&lt;/span&gt;,&lt;/div&gt;&lt;div&gt;        &lt;span style=&quot;color: #7ee787;&quot;&gt;&quot;port&quot;&lt;/span&gt;:&lt;span style=&quot;color: #a5d6ff;&quot;&gt;&quot;8888&quot;&lt;/span&gt;,&lt;/div&gt;&lt;div&gt;        &lt;span style=&quot;color: #7ee787;&quot;&gt;&quot;path&quot;&lt;/span&gt;:&lt;span style=&quot;color: #a5d6ff;&quot;&gt;&quot;/result&quot;&lt;/span&gt;,&lt;/div&gt;&lt;div&gt;        &lt;span style=&quot;color: #7ee787;&quot;&gt;&quot;authentication&quot;&lt;/span&gt;:[&lt;/div&gt;&lt;div&gt;            {&lt;span style=&quot;color: #7ee787;&quot;&gt;&quot;seq&quot;&lt;/span&gt;:&lt;span style=&quot;color: #b5cea8;&quot;&gt;1&lt;/span&gt;, &lt;span style=&quot;color: #7ee787;&quot;&gt;&quot;type&quot;&lt;/span&gt;:&lt;span style=&quot;color: #a5d6ff;&quot;&gt;&quot;basic &amp;lt;base 64 encoded&amp;gt;&quot;&lt;/span&gt;},&lt;/div&gt;&lt;div&gt;            {&lt;span style=&quot;color: #7ee787;&quot;&gt;&quot;seq&quot;&lt;/span&gt;:&lt;span style=&quot;color: #b5cea8;&quot;&gt;2&lt;/span&gt;, &lt;span style=&quot;color: #7ee787;&quot;&gt;&quot;type&quot;&lt;/span&gt;:&lt;span style=&quot;color: #a5d6ff;&quot;&gt;&quot;bearer &amp;lt;bearer token&amp;gt;&quot;&lt;/span&gt;}&lt;/div&gt;&lt;div&gt;        ]&lt;/div&gt;&lt;div&gt;    },&lt;/div&gt;&lt;div&gt;    &lt;span style=&quot;color: #7ee787;&quot;&gt;&quot;sourceStructure&quot;&lt;/span&gt;:&lt;/div&gt;&lt;div&gt;    [&lt;/div&gt;&lt;div&gt;        {&lt;/div&gt;&lt;div&gt;            &lt;span style=&quot;color: #7ee787;&quot;&gt;&quot;fName&quot;&lt;/span&gt;:&lt;span style=&quot;color: #a5d6ff;&quot;&gt;&quot;name&quot;&lt;/span&gt;,&lt;/div&gt;&lt;div&gt;            &lt;span style=&quot;color: #7ee787;&quot;&gt;&quot;dType&quot;&lt;/span&gt;:&lt;span style=&quot;color: #a5d6ff;&quot;&gt;&quot;str&quot;&lt;/span&gt;&lt;/div&gt;&lt;div&gt;        },&lt;/div&gt;&lt;div&gt;        {&lt;/div&gt;&lt;div&gt;            &lt;span style=&quot;color: #7ee787;&quot;&gt;&quot;fName&quot;&lt;/span&gt;:&lt;span style=&quot;color: #a5d6ff;&quot;&gt;&quot;age&quot;&lt;/span&gt;,&lt;/div&gt;&lt;div&gt;            &lt;span style=&quot;color: #7ee787;&quot;&gt;&quot;dType&quot;&lt;/span&gt;:&lt;span style=&quot;color: #a5d6ff;&quot;&gt;&quot;int&quot;&lt;/span&gt;&lt;/div&gt;&lt;div&gt;        },&lt;/div&gt;&lt;div&gt;        {&lt;/div&gt;&lt;div&gt;            &lt;span style=&quot;color: #7ee787;&quot;&gt;&quot;fName&quot;&lt;/span&gt;:&lt;span style=&quot;color: #a5d6ff;&quot;&gt;&quot;occupation&quot;&lt;/span&gt;,&lt;/div&gt;&lt;div&gt;            &lt;span style=&quot;color: #7ee787;&quot;&gt;&quot;dType&quot;&lt;/span&gt;:&lt;span style=&quot;color: #a5d6ff;&quot;&gt;&quot;str&quot;&lt;/span&gt;&lt;/div&gt;&lt;div&gt;        },&lt;/div&gt;&lt;div&gt;        {&lt;/div&gt;&lt;div&gt;            &lt;span style=&quot;color: #7ee787;&quot;&gt;&quot;fName&quot;&lt;/span&gt;:&lt;span style=&quot;color: #a5d6ff;&quot;&gt;&quot;dob&quot;&lt;/span&gt;,&lt;/div&gt;&lt;div&gt;            &lt;span style=&quot;color: #7ee787;&quot;&gt;&quot;dType&quot;&lt;/span&gt;:&lt;span style=&quot;color: #a5d6ff;&quot;&gt;&quot;date&quot;&lt;/span&gt;&lt;/div&gt;&lt;div&gt;        }&lt;/div&gt;&lt;div&gt;    ],&lt;/div&gt;&lt;div&gt;    &lt;span style=&quot;color: #7ee787;&quot;&gt;&quot;destStructure&quot;&lt;/span&gt;:&lt;/div&gt;&lt;div&gt;    [&lt;/div&gt;&lt;div&gt;        {&lt;/div&gt;&lt;div&gt;            &lt;span style=&quot;color: #7ee787;&quot;&gt;&quot;fNama&quot;&lt;/span&gt;:&lt;span style=&quot;color: #a5d6ff;&quot;&gt;&quot;nama&quot;&lt;/span&gt;,&lt;/div&gt;&lt;div&gt;            &lt;span style=&quot;color: #7ee787;&quot;&gt;&quot;dType&quot;&lt;/span&gt;:&lt;span style=&quot;color: #a5d6ff;&quot;&gt;&quot;str&quot;&lt;/span&gt;&lt;/div&gt;&lt;div&gt;        },&lt;/div&gt;&lt;div&gt;        {&lt;/div&gt;&lt;div&gt;            &lt;span style=&quot;color: #7ee787;&quot;&gt;&quot;fNama&quot;&lt;/span&gt;:&lt;span style=&quot;color: #a5d6ff;&quot;&gt;&quot;umur&quot;&lt;/span&gt;,&lt;/div&gt;&lt;div&gt;            &lt;span style=&quot;color: #7ee787;&quot;&gt;&quot;dType&quot;&lt;/span&gt;:&lt;span style=&quot;color: #a5d6ff;&quot;&gt;&quot;int&quot;&lt;/span&gt;&lt;/div&gt;&lt;div&gt;        },&lt;/div&gt;&lt;div&gt;        {&lt;/div&gt;&lt;div&gt;            &lt;span style=&quot;color: #7ee787;&quot;&gt;&quot;fNama&quot;&lt;/span&gt;:&lt;span style=&quot;color: #a5d6ff;&quot;&gt;&quot;pekerjaan&quot;&lt;/span&gt;,&lt;/div&gt;&lt;div&gt;            &lt;span style=&quot;color: #7ee787;&quot;&gt;&quot;dType&quot;&lt;/span&gt;:&lt;span style=&quot;color: #a5d6ff;&quot;&gt;&quot;str&quot;&lt;/span&gt;&lt;/div&gt;&lt;div&gt;        },&lt;/div&gt;&lt;div&gt;        {&lt;/div&gt;&lt;div&gt;            &lt;span style=&quot;color: #7ee787;&quot;&gt;&quot;fNama&quot;&lt;/span&gt;:&lt;span style=&quot;color: #a5d6ff;&quot;&gt;&quot;tgl lahir&quot;&lt;/span&gt;,&lt;/div&gt;&lt;div&gt;            &lt;span style=&quot;color: #7ee787;&quot;&gt;&quot;dType&quot;&lt;/span&gt;:&lt;span style=&quot;color: #a5d6ff;&quot;&gt;&quot;date&quot;&lt;/span&gt;&lt;/div&gt;&lt;div&gt;        }&lt;/div&gt;&lt;div&gt;    ],&lt;/div&gt;&lt;div&gt;    &lt;span style=&quot;color: #7ee787;&quot;&gt;&quot;mapping&quot;&lt;/span&gt;:&lt;/div&gt;&lt;div&gt;    [&lt;/div&gt;&lt;div&gt;        {&lt;/div&gt;&lt;div&gt;            &lt;span style=&quot;color: #7ee787;&quot;&gt;&quot;sName&quot;&lt;/span&gt;:&lt;span style=&quot;color: #a5d6ff;&quot;&gt;&quot;name&quot;&lt;/span&gt;,&lt;/div&gt;&lt;div&gt;            &lt;span style=&quot;color: #7ee787;&quot;&gt;&quot;dName&quot;&lt;/span&gt;:&lt;span style=&quot;color: #a5d6ff;&quot;&gt;&quot;nama&quot;&lt;/span&gt;&lt;/div&gt;&lt;div&gt;        },&lt;/div&gt;&lt;div&gt;        {&lt;/div&gt;&lt;div&gt;            &lt;span style=&quot;color: #7ee787;&quot;&gt;&quot;sName&quot;&lt;/span&gt;:&lt;span style=&quot;color: #a5d6ff;&quot;&gt;&quot;age&quot;&lt;/span&gt;,&lt;/div&gt;&lt;div&gt;            &lt;span style=&quot;color: #7ee787;&quot;&gt;&quot;dName&quot;&lt;/span&gt;:&lt;span style=&quot;color: #a5d6ff;&quot;&gt;&quot;umur&quot;&lt;/span&gt;&lt;/div&gt;&lt;div&gt;        },&lt;/div&gt;&lt;div&gt;        {&lt;/div&gt;&lt;div&gt;            &lt;span style=&quot;color: #7ee787;&quot;&gt;&quot;sName&quot;&lt;/span&gt;:&lt;span style=&quot;color: #a5d6ff;&quot;&gt;&quot;occupation&quot;&lt;/span&gt;,&lt;/div&gt;&lt;div&gt;            &lt;span style=&quot;color: #7ee787;&quot;&gt;&quot;dName&quot;&lt;/span&gt;:&lt;span style=&quot;color: #a5d6ff;&quot;&gt;&quot;pekerjaan&quot;&lt;/span&gt;&lt;/div&gt;&lt;div&gt;        },&lt;/div&gt;&lt;div&gt;        {&lt;/div&gt;&lt;div&gt;            &lt;span style=&quot;color: #7ee787;&quot;&gt;&quot;sName&quot;&lt;/span&gt;:&lt;span style=&quot;color: #a5d6ff;&quot;&gt;&quot;dob&quot;&lt;/span&gt;,&lt;/div&gt;&lt;div&gt;            &lt;span style=&quot;color: #7ee787;&quot;&gt;&quot;dName&quot;&lt;/span&gt;:&lt;span style=&quot;color: #a5d6ff;&quot;&gt;&quot;tgl lahir&quot;&lt;/span&gt;&lt;/div&gt;&lt;div&gt;        }&lt;/div&gt;&lt;div&gt;    ]&lt;/div&gt;&lt;div&gt;    &lt;/div&gt;&lt;div&gt;}&lt;/div&gt;&lt;/div&gt;" vertex="1">
+           <mxGeometry height="1540" width="500" x="870" y="20" as="geometry" />
+         </mxCell>
      </root>
    </mxGraphModel>
  </diagram>
</mxfile>
